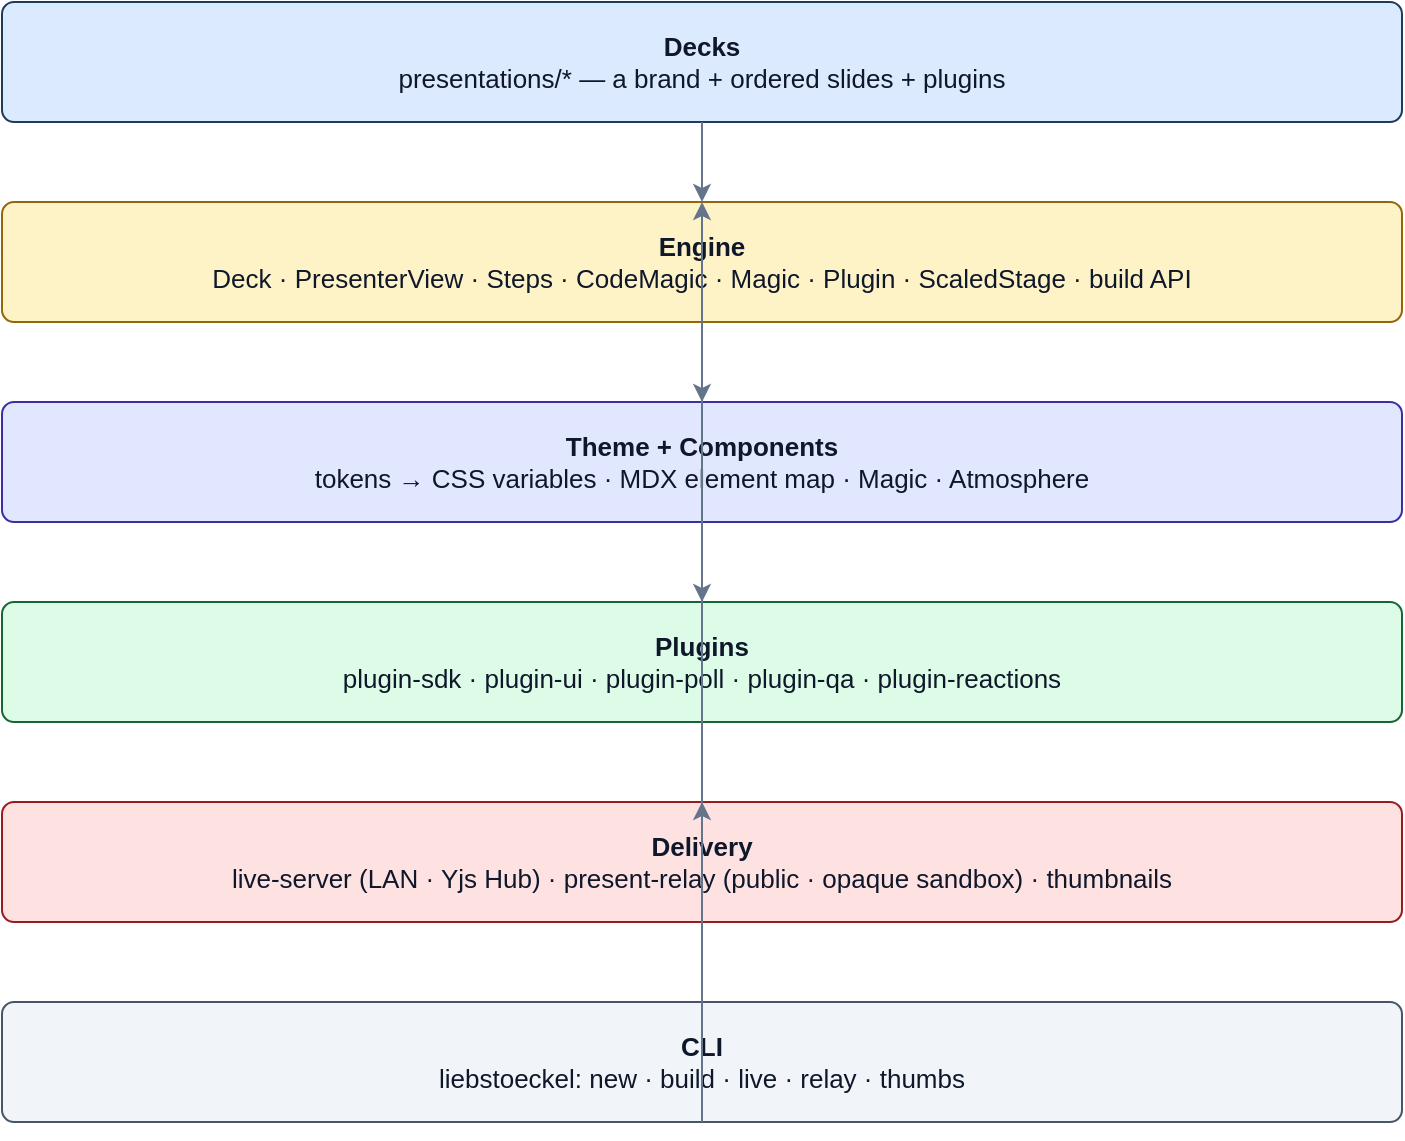
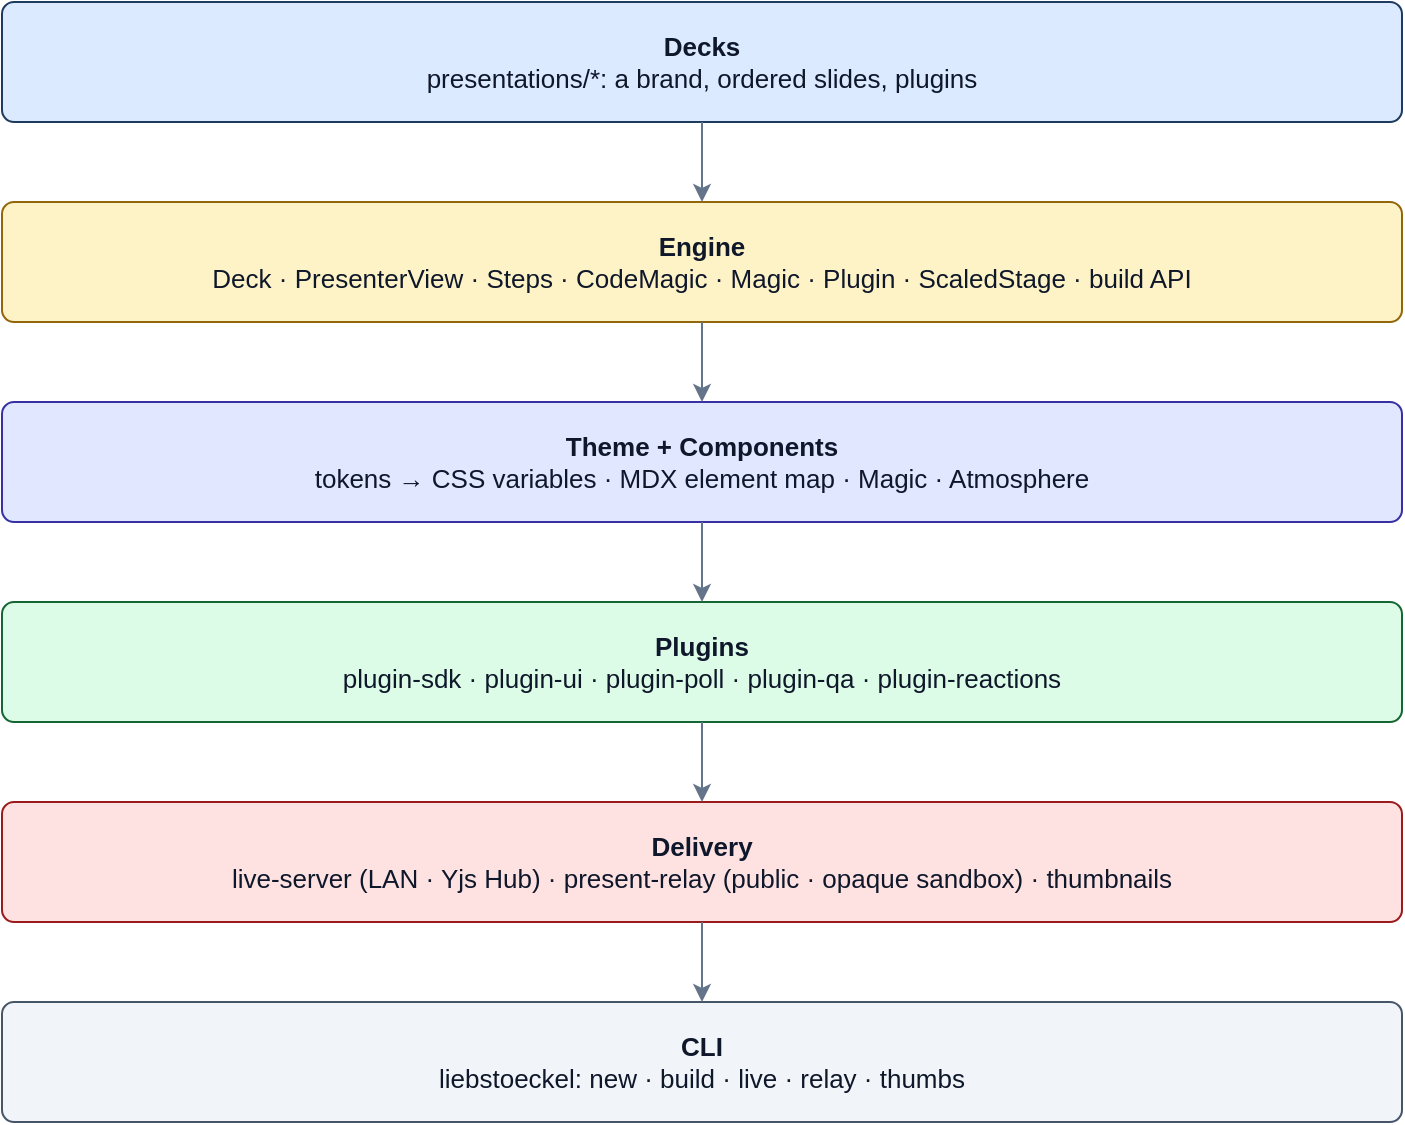
<mxGraphModel adaptiveColors="auto">
  <root>
    <mxCell id="0"/>
    <mxCell id="1" parent="0"/>
-     <mxCell id="decks" value="&lt;b&gt;Decks&lt;/b&gt;&lt;br&gt;presentations/* — a brand + ordered slides + plugins" style="rounded=1;whiteSpace=wrap;html=1;fillColor=#dbeafe;strokeColor=#1e3a5f;fontColor=#0f172a;fontSize=13;arcSize=10;" vertex="1" parent="1">
+     <mxCell id="decks" value="&lt;b&gt;Decks&lt;/b&gt;&lt;br&gt;presentations/*: a brand, ordered slides, plugins" style="rounded=1;whiteSpace=wrap;html=1;fillColor=#dbeafe;strokeColor=#1e3a5f;fontColor=#0f172a;fontSize=13;arcSize=10;" vertex="1" parent="1">
      <mxGeometry x="40" y="40" width="700" height="60" as="geometry"/>
    </mxCell>
    <mxCell id="engine" value="&lt;b&gt;Engine&lt;/b&gt;&lt;br&gt;Deck · PresenterView · Steps · CodeMagic · Magic · Plugin · ScaledStage · build API" style="rounded=1;whiteSpace=wrap;html=1;fillColor=#fef3c7;strokeColor=#92660a;fontColor=#0f172a;fontSize=13;arcSize=10;" vertex="1" parent="1">
      <mxGeometry x="40" y="140" width="700" height="60" as="geometry"/>
    </mxCell>
    <mxCell id="theme" value="&lt;b&gt;Theme + Components&lt;/b&gt;&lt;br&gt;tokens → CSS variables · MDX element map · Magic · Atmosphere" style="rounded=1;whiteSpace=wrap;html=1;fillColor=#e0e7ff;strokeColor=#3730a3;fontColor=#0f172a;fontSize=13;arcSize=10;" vertex="1" parent="1">
      <mxGeometry x="40" y="240" width="700" height="60" as="geometry"/>
    </mxCell>
    <mxCell id="plugins" value="&lt;b&gt;Plugins&lt;/b&gt;&lt;br&gt;plugin-sdk · plugin-ui · plugin-poll · plugin-qa · plugin-reactions" style="rounded=1;whiteSpace=wrap;html=1;fillColor=#dcfce7;strokeColor=#166534;fontColor=#0f172a;fontSize=13;arcSize=10;" vertex="1" parent="1">
      <mxGeometry x="40" y="340" width="700" height="60" as="geometry"/>
    </mxCell>
    <mxCell id="delivery" value="&lt;b&gt;Delivery&lt;/b&gt;&lt;br&gt;live-server (LAN · Yjs Hub) · present-relay (public · opaque sandbox) · thumbnails" style="rounded=1;whiteSpace=wrap;html=1;fillColor=#fee2e2;strokeColor=#991b1b;fontColor=#0f172a;fontSize=13;arcSize=10;" vertex="1" parent="1">
      <mxGeometry x="40" y="440" width="700" height="60" as="geometry"/>
    </mxCell>
    <mxCell id="cli" value="&lt;b&gt;CLI&lt;/b&gt;&lt;br&gt;liebstoeckel: new · build · live · relay · thumbs" style="rounded=1;whiteSpace=wrap;html=1;fillColor=#f1f5f9;strokeColor=#475569;fontColor=#0f172a;fontSize=13;arcSize=10;" vertex="1" parent="1">
      <mxGeometry x="40" y="540" width="700" height="60" as="geometry"/>
    </mxCell>
    <mxCell id="e1" style="endArrow=classic;html=1;strokeColor=#64748b;exitX=0.5;exitY=1;entryX=0.5;entryY=0;" edge="1" parent="1" source="decks" target="engine"><mxGeometry relative="1" as="geometry"/></mxCell>
    <mxCell id="e2" style="endArrow=classic;html=1;strokeColor=#64748b;exitX=0.5;exitY=1;entryX=0.5;entryY=0;" edge="1" parent="1" source="engine" target="theme"><mxGeometry relative="1" as="geometry"/></mxCell>
-     <mxCell id="e3" style="endArrow=classic;html=1;strokeColor=#64748b;exitX=0.5;exitY=1;entryX=0.5;entryY=0;" edge="1" parent="1" source="engine" target="plugins"><mxGeometry relative="1" as="geometry"/></mxCell>
-     <mxCell id="e4" style="endArrow=classic;html=1;strokeColor=#64748b;exitX=0.5;exitY=1;entryX=0.5;entryY=0;" edge="1" parent="1" source="delivery" target="engine"><mxGeometry relative="1" as="geometry"/></mxCell>
-     <mxCell id="e5" style="endArrow=classic;html=1;strokeColor=#64748b;exitX=0.5;exitY=1;entryX=0.5;entryY=0;" edge="1" parent="1" source="cli" target="delivery"><mxGeometry relative="1" as="geometry"/></mxCell>
+     <mxCell id="e3" style="endArrow=classic;html=1;strokeColor=#64748b;exitX=0.5;exitY=1;entryX=0.5;entryY=0;" edge="1" parent="1" source="theme" target="plugins"><mxGeometry relative="1" as="geometry"/></mxCell>
+     <mxCell id="e4" style="endArrow=classic;html=1;strokeColor=#64748b;exitX=0.5;exitY=1;entryX=0.5;entryY=0;" edge="1" parent="1" source="plugins" target="delivery"><mxGeometry relative="1" as="geometry"/></mxCell>
+     <mxCell id="e5" style="endArrow=classic;html=1;strokeColor=#64748b;exitX=0.5;exitY=1;entryX=0.5;entryY=0;" edge="1" parent="1" source="delivery" target="cli"><mxGeometry relative="1" as="geometry"/></mxCell>
  </root>
</mxGraphModel>
